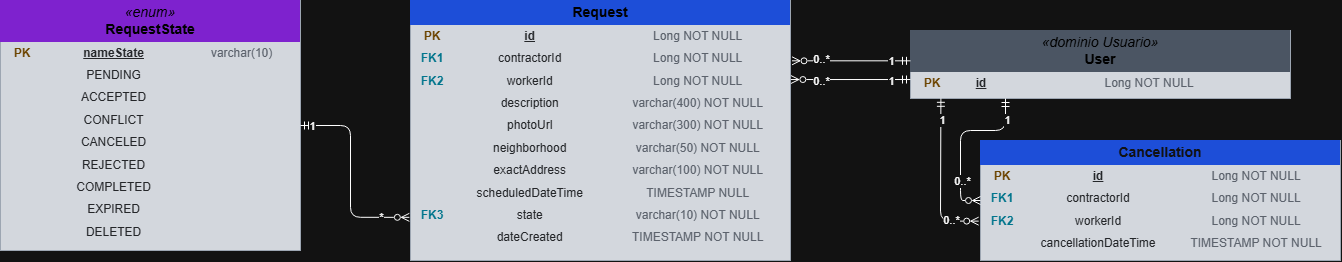
Earlier version of the draw.io export src/main/resources/docs/uml/ER-Service.png (JElaverdem/oficioya-service). Source tidied: cells renumbered, new cells last; positions are measured from the earlier drawing's top-left corner, leaving out a move shared by most shapes.
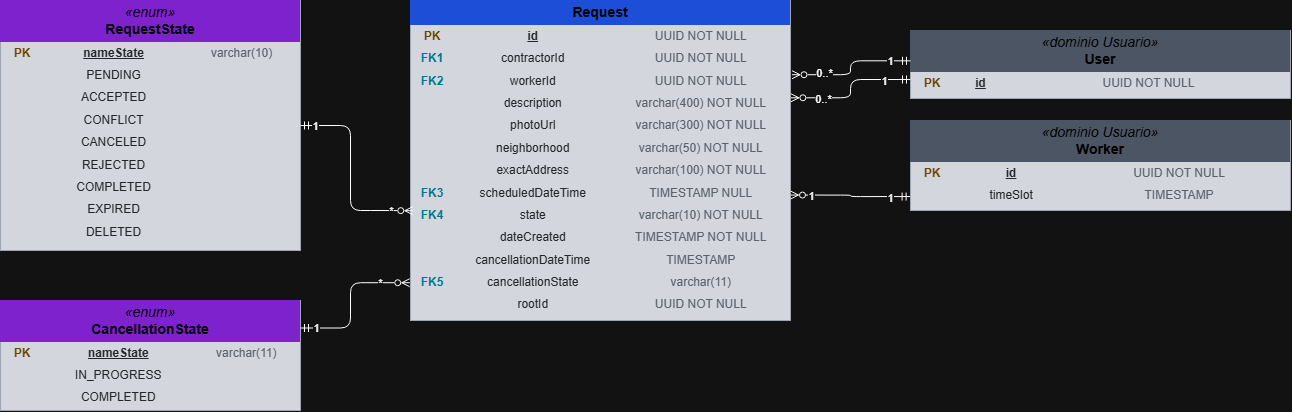
After the commit.

The edit, as a diff of the source:
```diff
@@ -5,29 +5,27 @@
     <mxCell id="2" value="&lt;table width=&quot;100%&quot; cellpadding=&quot;4&quot; cellspacing=&quot;0&quot; style=&quot;color: rgb(229, 231, 235); font-size: 12px;&quot;&gt;&lt;tbody&gt;&lt;tr&gt;&lt;td colspan=&quot;3&quot; align=&quot;center&quot; bgcolor=&quot;#7e22ce&quot;&gt;&lt;font color=&quot;#fff&quot; style=&quot;font-size: 14px;&quot;&gt;&lt;i&gt;«enum»&lt;/i&gt;&lt;br&gt;&lt;b&gt;RequestState&lt;/b&gt;&lt;/font&gt;&lt;/td&gt;&lt;/tr&gt;&lt;tr&gt;&lt;td width=&quot;36&quot;&gt;&lt;font color=&quot;#facc15&quot;&gt;&lt;b&gt;PK&lt;/b&gt;&lt;/font&gt;&lt;/td&gt;&lt;td&gt;&lt;u&gt;&lt;b&gt;nameState&lt;/b&gt;&lt;/u&gt;&lt;/td&gt;&lt;td&gt;&lt;font color=&quot;#9ca3af&quot;&gt;varchar(10)&lt;/font&gt;&lt;/td&gt;&lt;/tr&gt;&lt;tr&gt;&lt;td width=&quot;36&quot;&gt;&lt;font color=&quot;#22d3ee&quot;&gt;&lt;b&gt;&lt;/b&gt;&lt;/font&gt;&lt;/td&gt;&lt;td&gt;PENDING&lt;/td&gt;&lt;td&gt;&lt;font color=&quot;#9ca3af&quot;&gt;&lt;/font&gt;&lt;/td&gt;&lt;/tr&gt;&lt;tr&gt;&lt;td width=&quot;36&quot;&gt;&lt;font color=&quot;#22d3ee&quot;&gt;&lt;b&gt;&lt;/b&gt;&lt;/font&gt;&lt;/td&gt;&lt;td&gt;ACCEPTED&lt;/td&gt;&lt;td&gt;&lt;font color=&quot;#9ca3af&quot;&gt;&lt;/font&gt;&lt;/td&gt;&lt;/tr&gt;&lt;tr&gt;&lt;td width=&quot;36&quot;&gt;&lt;font color=&quot;#22d3ee&quot;&gt;&lt;b&gt;&lt;/b&gt;&lt;/font&gt;&lt;/td&gt;&lt;td&gt;CONFLICT&lt;/td&gt;&lt;td&gt;&lt;font color=&quot;#9ca3af&quot;&gt;&lt;/font&gt;&lt;/td&gt;&lt;/tr&gt;&lt;tr&gt;&lt;td width=&quot;36&quot;&gt;&lt;font color=&quot;#22d3ee&quot;&gt;&lt;b&gt;&lt;/b&gt;&lt;/font&gt;&lt;/td&gt;&lt;td&gt;CANCELED&lt;/td&gt;&lt;td&gt;&lt;font color=&quot;#9ca3af&quot;&gt;&lt;/font&gt;&lt;/td&gt;&lt;/tr&gt;&lt;tr&gt;&lt;td width=&quot;36&quot;&gt;&lt;font color=&quot;#22d3ee&quot;&gt;&lt;b&gt;&lt;/b&gt;&lt;/font&gt;&lt;/td&gt;&lt;td&gt;REJECTED&lt;/td&gt;&lt;td&gt;&lt;font color=&quot;#9ca3af&quot;&gt;&lt;/font&gt;&lt;/td&gt;&lt;/tr&gt;&lt;tr&gt;&lt;td width=&quot;36&quot;&gt;&lt;font color=&quot;#22d3ee&quot;&gt;&lt;b&gt;&lt;/b&gt;&lt;/font&gt;&lt;/td&gt;&lt;td&gt;COMPLETED&lt;/td&gt;&lt;td&gt;&lt;font color=&quot;#9ca3af&quot;&gt;&lt;/font&gt;&lt;/td&gt;&lt;/tr&gt;&lt;tr&gt;&lt;td width=&quot;36&quot;&gt;&lt;font color=&quot;#22d3ee&quot;&gt;&lt;b&gt;&lt;/b&gt;&lt;/font&gt;&lt;/td&gt;&lt;td&gt;EXPIRED&lt;/td&gt;&lt;td&gt;&lt;font color=&quot;#9ca3af&quot;&gt;&lt;/font&gt;&lt;/td&gt;&lt;/tr&gt;&lt;tr&gt;&lt;td&gt;&lt;br&gt;&lt;/td&gt;&lt;td&gt;DELETED&lt;/td&gt;&lt;td&gt;&lt;br&gt;&lt;/td&gt;&lt;/tr&gt;&lt;/tbody&gt;&lt;/table&gt;" style="html=1;whiteSpace=wrap;overflow=fill;verticalAlign=top;fillColor=#161b22;strokeColor=#4b5563;fontColor=#e5e7eb;" parent="1" vertex="1">
       <mxGeometry width="300" height="250" as="geometry" />
     </mxCell>
-    <mxCell id="3" value="&lt;table width=&quot;100%&quot; cellpadding=&quot;4&quot; cellspacing=&quot;0&quot; style=&quot;color: rgb(229, 231, 235); font-size: 12px;&quot;&gt;&lt;tbody&gt;&lt;tr&gt;&lt;td colspan=&quot;3&quot; align=&quot;center&quot; bgcolor=&quot;#1d4ed8&quot;&gt;&lt;font color=&quot;#fff&quot; style=&quot;font-size: 14px;&quot;&gt;&lt;b&gt;Request&lt;/b&gt;&lt;/font&gt;&lt;/td&gt;&lt;/tr&gt;&lt;tr&gt;&lt;td width=&quot;36&quot;&gt;&lt;font color=&quot;#facc15&quot;&gt;&lt;b&gt;PK&lt;/b&gt;&lt;/font&gt;&lt;/td&gt;&lt;td&gt;&lt;u&gt;&lt;b&gt;id&lt;/b&gt;&lt;/u&gt;&lt;/td&gt;&lt;td&gt;&lt;font color=&quot;#9ca3af&quot;&gt;Long NOT NULL&lt;/font&gt;&lt;/td&gt;&lt;/tr&gt;&lt;tr&gt;&lt;td width=&quot;36&quot;&gt;&lt;b style=&quot;color: rgb(34, 211, 238);&quot;&gt;FK1&lt;/b&gt;&lt;font color=&quot;#22d3ee&quot;&gt;&lt;b&gt;&lt;/b&gt;&lt;/font&gt;&lt;/td&gt;&lt;td&gt;contractorId&lt;/td&gt;&lt;td&gt;&lt;font color=&quot;#9ca3af&quot;&gt;Long NOT NULL&lt;/font&gt;&lt;/td&gt;&lt;/tr&gt;&lt;tr&gt;&lt;td width=&quot;36&quot;&gt;&lt;b style=&quot;color: rgb(34, 211, 238);&quot;&gt;FK2&lt;/b&gt;&lt;/td&gt;&lt;td&gt;workerId&lt;/td&gt;&lt;td&gt;&lt;font color=&quot;#9ca3af&quot;&gt;Long NOT NULL&lt;/font&gt;&lt;/td&gt;&lt;/tr&gt;&lt;tr&gt;&lt;td width=&quot;36&quot;&gt;&lt;br&gt;&lt;/td&gt;&lt;td&gt;description&lt;/td&gt;&lt;td&gt;&lt;font color=&quot;#9ca3af&quot;&gt;varchar(400) NOT NULL&lt;/font&gt;&lt;/td&gt;&lt;/tr&gt;&lt;tr&gt;&lt;td width=&quot;36&quot;&gt;&lt;font color=&quot;#22d3ee&quot;&gt;&lt;b&gt;&lt;/b&gt;&lt;/font&gt;&lt;/td&gt;&lt;td&gt;photoUrl&lt;/td&gt;&lt;td&gt;&lt;font color=&quot;#9ca3af&quot;&gt;varchar(300) NOT NULL&lt;/font&gt;&lt;/td&gt;&lt;/tr&gt;&lt;tr&gt;&lt;td width=&quot;36&quot;&gt;&lt;font color=&quot;#22d3ee&quot;&gt;&lt;b&gt;&lt;/b&gt;&lt;/font&gt;&lt;/td&gt;&lt;td&gt;neighborhood&lt;/td&gt;&lt;td&gt;&lt;font color=&quot;#9ca3af&quot;&gt;varchar(50) NOT NULL&lt;/font&gt;&lt;/td&gt;&lt;/tr&gt;&lt;tr&gt;&lt;td width=&quot;36&quot;&gt;&lt;font color=&quot;#22d3ee&quot;&gt;&lt;b&gt;&lt;/b&gt;&lt;/font&gt;&lt;/td&gt;&lt;td&gt;exactAddress&lt;/td&gt;&lt;td&gt;&lt;font color=&quot;#9ca3af&quot;&gt;varchar(100) NOT NULL&lt;/font&gt;&lt;/td&gt;&lt;/tr&gt;&lt;tr&gt;&lt;td width=&quot;36&quot;&gt;&lt;font color=&quot;#22d3ee&quot;&gt;&lt;b&gt;&lt;/b&gt;&lt;/font&gt;&lt;/td&gt;&lt;td&gt;scheduledDateTime&lt;/td&gt;&lt;td&gt;&lt;font color=&quot;#9ca3af&quot;&gt;TIMESTAMP NULL&lt;/font&gt;&lt;/td&gt;&lt;/tr&gt;&lt;tr&gt;&lt;td width=&quot;36&quot;&gt;&lt;font color=&quot;#22d3ee&quot;&gt;&lt;b&gt;FK3&lt;/b&gt;&lt;/font&gt;&lt;/td&gt;&lt;td&gt;state&lt;/td&gt;&lt;td&gt;&lt;font color=&quot;#9ca3af&quot;&gt;varchar(10) NOT NULL&lt;/font&gt;&lt;/td&gt;&lt;/tr&gt;&lt;tr&gt;&lt;td width=&quot;36&quot;&gt;&lt;br&gt;&lt;/td&gt;&lt;td&gt;dateCreated&lt;/td&gt;&lt;td&gt;&lt;font color=&quot;#9ca3af&quot;&gt;TIMESTAMP NOT NULL&lt;/font&gt;&lt;/td&gt;&lt;/tr&gt;&lt;/tbody&gt;&lt;/table&gt;" style="html=1;whiteSpace=wrap;overflow=fill;verticalAlign=top;fillColor=#161b22;strokeColor=#4b5563;fontColor=#e5e7eb;" parent="1" vertex="1">
-      <mxGeometry x="410" width="380" height="260" as="geometry" />
+    <mxCell id="3" value="&lt;table width=&quot;100%&quot; cellpadding=&quot;4&quot; cellspacing=&quot;0&quot; style=&quot;color: rgb(229, 231, 235); font-size: 12px;&quot;&gt;&lt;tbody&gt;&lt;tr&gt;&lt;td colspan=&quot;3&quot; align=&quot;center&quot; bgcolor=&quot;#1d4ed8&quot;&gt;&lt;font color=&quot;#fff&quot; style=&quot;font-size: 14px;&quot;&gt;&lt;b&gt;Request&lt;/b&gt;&lt;/font&gt;&lt;/td&gt;&lt;/tr&gt;&lt;tr&gt;&lt;td width=&quot;36&quot;&gt;&lt;font color=&quot;#facc15&quot;&gt;&lt;b&gt;PK&lt;/b&gt;&lt;/font&gt;&lt;/td&gt;&lt;td&gt;&lt;u&gt;&lt;b&gt;id&lt;/b&gt;&lt;/u&gt;&lt;/td&gt;&lt;td&gt;&lt;font color=&quot;#9ca3af&quot;&gt;UUID NOT NULL&lt;/font&gt;&lt;/td&gt;&lt;/tr&gt;&lt;tr&gt;&lt;td width=&quot;36&quot;&gt;&lt;b style=&quot;color: rgb(34, 211, 238);&quot;&gt;FK1&lt;/b&gt;&lt;font color=&quot;#22d3ee&quot;&gt;&lt;b&gt;&lt;/b&gt;&lt;/font&gt;&lt;/td&gt;&lt;td&gt;contractorId&lt;/td&gt;&lt;td&gt;&lt;font color=&quot;#9ca3af&quot;&gt;UUID NOT NULL&lt;/font&gt;&lt;/td&gt;&lt;/tr&gt;&lt;tr&gt;&lt;td width=&quot;36&quot;&gt;&lt;b style=&quot;color: rgb(34, 211, 238);&quot;&gt;FK2&lt;/b&gt;&lt;/td&gt;&lt;td&gt;workerId&lt;/td&gt;&lt;td&gt;&lt;font color=&quot;#9ca3af&quot;&gt;UUID NOT NULL&lt;/font&gt;&lt;/td&gt;&lt;/tr&gt;&lt;tr&gt;&lt;td width=&quot;36&quot;&gt;&lt;br&gt;&lt;/td&gt;&lt;td&gt;description&lt;/td&gt;&lt;td&gt;&lt;font color=&quot;#9ca3af&quot;&gt;varchar(400) NOT NULL&lt;/font&gt;&lt;/td&gt;&lt;/tr&gt;&lt;tr&gt;&lt;td width=&quot;36&quot;&gt;&lt;font color=&quot;#22d3ee&quot;&gt;&lt;b&gt;&lt;/b&gt;&lt;/font&gt;&lt;/td&gt;&lt;td&gt;photoUrl&lt;/td&gt;&lt;td&gt;&lt;font color=&quot;#9ca3af&quot;&gt;varchar(300) NOT NULL&lt;/font&gt;&lt;/td&gt;&lt;/tr&gt;&lt;tr&gt;&lt;td width=&quot;36&quot;&gt;&lt;font color=&quot;#22d3ee&quot;&gt;&lt;b&gt;&lt;/b&gt;&lt;/font&gt;&lt;/td&gt;&lt;td&gt;neighborhood&lt;/td&gt;&lt;td&gt;&lt;font color=&quot;#9ca3af&quot;&gt;varchar(50) NOT NULL&lt;/font&gt;&lt;/td&gt;&lt;/tr&gt;&lt;tr&gt;&lt;td width=&quot;36&quot;&gt;&lt;font color=&quot;#22d3ee&quot;&gt;&lt;b&gt;&lt;/b&gt;&lt;/font&gt;&lt;/td&gt;&lt;td&gt;exactAddress&lt;/td&gt;&lt;td&gt;&lt;font color=&quot;#9ca3af&quot;&gt;varchar(100) NOT NULL&lt;/font&gt;&lt;/td&gt;&lt;/tr&gt;&lt;tr&gt;&lt;td width=&quot;36&quot;&gt;&lt;b style=&quot;color: rgb(34, 211, 238);&quot;&gt;FK3&lt;/b&gt;&lt;/td&gt;&lt;td&gt;scheduledDateTime&lt;/td&gt;&lt;td&gt;&lt;font color=&quot;#9ca3af&quot;&gt;TIMESTAMP NULL&lt;/font&gt;&lt;/td&gt;&lt;/tr&gt;&lt;tr&gt;&lt;td width=&quot;36&quot;&gt;&lt;font color=&quot;#22d3ee&quot;&gt;&lt;b&gt;FK4&lt;/b&gt;&lt;/font&gt;&lt;/td&gt;&lt;td&gt;state&lt;/td&gt;&lt;td&gt;&lt;font color=&quot;#9ca3af&quot;&gt;varchar(10) NOT NULL&lt;/font&gt;&lt;/td&gt;&lt;/tr&gt;&lt;tr&gt;&lt;td width=&quot;36&quot;&gt;&lt;br&gt;&lt;/td&gt;&lt;td&gt;dateCreated&lt;/td&gt;&lt;td&gt;&lt;font color=&quot;#9ca3af&quot;&gt;TIMESTAMP NOT NULL&lt;/font&gt;&lt;/td&gt;&lt;/tr&gt;&lt;tr&gt;&lt;td&gt;&lt;br&gt;&lt;/td&gt;&lt;td&gt;cancellationDateTime&lt;/td&gt;&lt;td&gt;&lt;span style=&quot;color: rgb(156, 163, 175);&quot;&gt;TIMESTAMP&lt;/span&gt;&lt;/td&gt;&lt;/tr&gt;&lt;tr&gt;&lt;td&gt;&lt;b style=&quot;color: rgb(34, 211, 238);&quot;&gt;FK5&lt;/b&gt;&lt;/td&gt;&lt;td&gt;cancellationState&lt;/td&gt;&lt;td&gt;&lt;span style=&quot;color: rgb(156, 163, 175);&quot;&gt;varchar(11)&lt;/span&gt;&lt;/td&gt;&lt;/tr&gt;&lt;tr&gt;&lt;td&gt;&lt;br&gt;&lt;/td&gt;&lt;td&gt;rootId&lt;/td&gt;&lt;td&gt;&lt;span style=&quot;color: rgb(156, 163, 175);&quot;&gt;UUID NOT NULL&lt;/span&gt;&lt;/td&gt;&lt;/tr&gt;&lt;/tbody&gt;&lt;/table&gt;" style="html=1;whiteSpace=wrap;overflow=fill;verticalAlign=top;fillColor=#161b22;strokeColor=#4b5563;fontColor=#e5e7eb;" parent="1" vertex="1">
+      <mxGeometry x="410" width="380" height="320" as="geometry" />
     </mxCell>
-    <mxCell id="4" value="&lt;table width=&quot;100%&quot; cellpadding=&quot;4&quot; cellspacing=&quot;0&quot; style=&quot;color: rgb(229, 231, 235); font-size: 12px;&quot;&gt;&lt;tbody&gt;&lt;tr&gt;&lt;td colspan=&quot;3&quot; align=&quot;center&quot; bgcolor=&quot;#4b5563&quot;&gt;&lt;font color=&quot;#fff&quot; style=&quot;font-size: 14px;&quot;&gt;&lt;i&gt;«dominio Usuario»&lt;/i&gt;&lt;br&gt;&lt;b&gt;User&lt;/b&gt;&lt;/font&gt;&lt;/td&gt;&lt;/tr&gt;&lt;tr&gt;&lt;td width=&quot;36&quot;&gt;&lt;font color=&quot;#facc15&quot;&gt;&lt;b&gt;PK&lt;/b&gt;&lt;/font&gt;&lt;/td&gt;&lt;td&gt;&lt;u&gt;&lt;b&gt;id&lt;/b&gt;&lt;/u&gt;&lt;/td&gt;&lt;td&gt;&lt;font color=&quot;#9ca3af&quot;&gt;Long NOT NULL&lt;/font&gt;&lt;/td&gt;&lt;/tr&gt;&lt;/tbody&gt;&lt;/table&gt;" style="html=1;whiteSpace=wrap;overflow=fill;verticalAlign=top;fillColor=#161b22;strokeColor=#4b5563;fontColor=#e5e7eb;" parent="1" vertex="1">
+    <mxCell id="4" value="&lt;table width=&quot;100%&quot; cellpadding=&quot;4&quot; cellspacing=&quot;0&quot; style=&quot;color: rgb(229, 231, 235); font-size: 12px;&quot;&gt;&lt;tbody&gt;&lt;tr&gt;&lt;td colspan=&quot;3&quot; align=&quot;center&quot; bgcolor=&quot;#4b5563&quot;&gt;&lt;font color=&quot;#fff&quot; style=&quot;font-size: 14px;&quot;&gt;&lt;i&gt;«dominio Usuario»&lt;/i&gt;&lt;br&gt;&lt;b&gt;User&lt;/b&gt;&lt;/font&gt;&lt;/td&gt;&lt;/tr&gt;&lt;tr&gt;&lt;td width=&quot;36&quot;&gt;&lt;font color=&quot;#facc15&quot;&gt;&lt;b&gt;PK&lt;/b&gt;&lt;/font&gt;&lt;/td&gt;&lt;td&gt;&lt;u&gt;&lt;b&gt;id&lt;/b&gt;&lt;/u&gt;&lt;/td&gt;&lt;td&gt;&lt;font color=&quot;#9ca3af&quot;&gt;UUID NOT NULL&lt;/font&gt;&lt;/td&gt;&lt;/tr&gt;&lt;/tbody&gt;&lt;/table&gt;" style="html=1;whiteSpace=wrap;overflow=fill;verticalAlign=top;fillColor=#161b22;strokeColor=#4b5563;fontColor=#e5e7eb;" parent="1" vertex="1">
       <mxGeometry x="910" y="30" width="380" height="68" as="geometry" />
     </mxCell>
-    <mxCell id="5" value="&lt;table width=&quot;100%&quot; cellpadding=&quot;4&quot; cellspacing=&quot;0&quot; style=&quot;color: rgb(229, 231, 235); font-size: 12px;&quot;&gt;&lt;tbody&gt;&lt;tr&gt;&lt;td colspan=&quot;3&quot; align=&quot;center&quot; bgcolor=&quot;#1d4ed8&quot;&gt;&lt;font color=&quot;#ffffff&quot;&gt;&lt;span style=&quot;font-size: 14px;&quot;&gt;&lt;b&gt;Cancellation&lt;/b&gt;&lt;/span&gt;&lt;/font&gt;&lt;/td&gt;&lt;/tr&gt;&lt;tr&gt;&lt;td width=&quot;36&quot;&gt;&lt;font color=&quot;#facc15&quot;&gt;&lt;b&gt;PK&lt;/b&gt;&lt;/font&gt;&lt;/td&gt;&lt;td&gt;&lt;u&gt;&lt;b&gt;id&lt;/b&gt;&lt;/u&gt;&lt;/td&gt;&lt;td&gt;&lt;font color=&quot;#9ca3af&quot;&gt;Long NOT NULL&lt;/font&gt;&lt;/td&gt;&lt;/tr&gt;&lt;tr&gt;&lt;td width=&quot;36&quot;&gt;&lt;font color=&quot;#22d3ee&quot;&gt;&lt;b&gt;FK1&lt;/b&gt;&lt;/font&gt;&lt;/td&gt;&lt;td&gt;contractorId&lt;/td&gt;&lt;td&gt;&lt;font color=&quot;#9ca3af&quot;&gt;Long NOT NULL&lt;/font&gt;&lt;/td&gt;&lt;/tr&gt;&lt;tr&gt;&lt;td width=&quot;36&quot;&gt;&lt;font color=&quot;#22d3ee&quot;&gt;&lt;b&gt;FK2&lt;/b&gt;&lt;/font&gt;&lt;/td&gt;&lt;td&gt;workerId&lt;/td&gt;&lt;td&gt;&lt;font color=&quot;#9ca3af&quot;&gt;Long NOT NULL&lt;/font&gt;&lt;/td&gt;&lt;/tr&gt;&lt;tr&gt;&lt;td width=&quot;36&quot;&gt;&lt;font color=&quot;#22d3ee&quot;&gt;&lt;b&gt;&lt;/b&gt;&lt;/font&gt;&lt;/td&gt;&lt;td&gt;cancellationDateTime&lt;/td&gt;&lt;td&gt;&lt;font color=&quot;#9ca3af&quot;&gt;TIMESTAMP NOT NULL&lt;/font&gt;&lt;/td&gt;&lt;/tr&gt;&lt;/tbody&gt;&lt;/table&gt;" style="html=1;whiteSpace=wrap;overflow=fill;verticalAlign=top;fillColor=#161b22;strokeColor=#4b5563;fontColor=#e5e7eb;" parent="1" vertex="1">
-      <mxGeometry x="980" y="140" width="360" height="120" as="geometry" />
-    </mxCell>
-    <mxCell id="6" style="edgeStyle=orthogonalEdgeStyle;html=1;startArrow=ERmandOne;endArrow=ERzeroToMany;startFill=0;endFill=0;strokeColor=default;fontColor=default;labelBackgroundColor=#0f1117;entryX=-0.003;entryY=0.834;entryDx=0;entryDy=0;entryPerimeter=0;exitX=1;exitY=0.5;exitDx=0;exitDy=0;" parent="1" edge="1" source="2" target="3">
-      <mxGeometry x="0.12" relative="1" as="geometry">
+    <mxCell id="6" style="edgeStyle=orthogonalEdgeStyle;html=1;startArrow=ERmandOne;endArrow=ERzeroToMany;startFill=0;endFill=0;strokeColor=default;fontColor=default;labelBackgroundColor=#0f1117;entryX=0.006;entryY=0.657;entryDx=0;entryDy=0;entryPerimeter=0;exitX=1;exitY=0.5;exitDx=0;exitDy=0;" parent="1" edge="1" source="2" target="3">
+      <mxGeometry x="0.42" relative="1" as="geometry">
         <Array as="points">
           <mxPoint x="350" y="125" />
-          <mxPoint x="350" y="216.8" />
+          <mxPoint x="350" y="210" />
+          <mxPoint x="380" y="210" />
         </Array>
       </mxGeometry>
     </mxCell>
     <mxCell id="7" value="1" style="edgeLabel;html=1;align=center;verticalAlign=middle;" parent="6" vertex="1">
-      <mxGeometry x="-0.89" relative="1" as="geometry" />
+      <mxGeometry x="-0.86" relative="1" as="geometry" />
     </mxCell>
     <mxCell id="8" value="*" style="edgeLabel;html=1;align=center;verticalAlign=middle;" parent="6" vertex="1">
-      <mxGeometry x="0.81" relative="1" as="geometry">
-        <mxPoint x="-10" as="offset" />
+      <mxGeometry x="0.46" relative="1" as="geometry">
+        <mxPoint x="31" as="offset" />
       </mxGeometry>
     </mxCell>
     <mxCell id="9" style="edgeStyle=orthogonalEdgeStyle;html=1;startArrow=ERmandOne;endArrow=ERzeroToMany;startFill=0;endFill=0;strokeColor=default;fontColor=#e5e7eb;labelBackgroundColor=#0f1117;entryX=1.004;entryY=0.232;entryDx=0;entryDy=0;entryPerimeter=0;exitX=0;exitY=0.446;exitDx=0;exitDy=0;exitPerimeter=0;" parent="1" edge="1" source="4" target="3">
@@ -56,42 +54,40 @@
         <mxPoint x="20" as="offset" />
       </mxGeometry>
     </mxCell>
-    <mxCell id="15" style="edgeStyle=orthogonalEdgeStyle;html=1;startArrow=ERmandOne;endArrow=ERzeroToMany;startFill=0;endFill=0;strokeColor=default;fontColor=#e5e7eb;labelBackgroundColor=#0f1117;exitX=0.25;exitY=1;exitDx=0;exitDy=0;entryX=0;entryY=0.5;entryDx=0;entryDy=0;" parent="1" edge="1" source="4" target="5">
-      <mxGeometry x="0.02" relative="1" as="geometry">
-        <Array as="points">
-          <mxPoint x="1005" y="130" />
-          <mxPoint x="960" y="130" />
-          <mxPoint x="960" y="200" />
-        </Array>
-      </mxGeometry>
-    </mxCell>
-    <mxCell id="16" value="0..*" style="edgeLabel;html=1;align=center;verticalAlign=middle;" parent="15" vertex="1">
-      <mxGeometry x="0.13" y="1" relative="1" as="geometry">
-        <mxPoint y="32" as="offset" />
-      </mxGeometry>
-    </mxCell>
-    <mxCell id="17" value="1" style="edgeLabel;html=1;align=center;verticalAlign=middle;" parent="15" vertex="1">
-      <mxGeometry x="-0.7" y="1" relative="1" as="geometry">
-        <mxPoint y="-4" as="offset" />
-      </mxGeometry>
-    </mxCell>
-    <mxCell id="18" style="edgeStyle=orthogonalEdgeStyle;html=1;startArrow=ERmandOne;endArrow=ERzeroToMany;startFill=0;endFill=0;strokeColor=default;fontColor=#e5e7eb;labelBackgroundColor=#0f1117;entryX=-0.005;entryY=0.672;entryDx=0;entryDy=0;entryPerimeter=0;exitX=0.08;exitY=0.997;exitDx=0;exitDy=0;exitPerimeter=0;" parent="1" edge="1" source="4" target="5">
-      <mxGeometry x="-0.7" relative="1" as="geometry">
-        <Array as="points">
-          <mxPoint x="940.4" y="99.4" />
-          <mxPoint x="940" y="220.6" />
-        </Array>
-      </mxGeometry>
-    </mxCell>
-    <mxCell id="19" value="0..*" style="edgeLabel;html=1;align=center;verticalAlign=middle;" parent="18" vertex="1">
-      <mxGeometry x="0.55" y="1" relative="1" as="geometry">
-        <mxPoint x="9" as="offset" />
-      </mxGeometry>
-    </mxCell>
-    <mxCell id="20" value="1" style="edgeLabel;html=1;align=center;verticalAlign=middle;" parent="18" vertex="1">
-      <mxGeometry x="-0.7" y="1" relative="1" as="geometry">
-        <mxPoint y="-2" as="offset" />
-      </mxGeometry>
-    </mxCell>
+    <mxCell id="21" value="&lt;table width=&quot;100%&quot; cellpadding=&quot;4&quot; cellspacing=&quot;0&quot; style=&quot;color: rgb(229, 231, 235); font-size: 12px;&quot;&gt;&lt;tbody&gt;&lt;tr&gt;&lt;td colspan=&quot;3&quot; align=&quot;center&quot; bgcolor=&quot;#4b5563&quot;&gt;&lt;font color=&quot;#fff&quot; style=&quot;font-size: 14px;&quot;&gt;&lt;i&gt;«dominio Usuario»&lt;/i&gt;&lt;br&gt;&lt;b&gt;Worker&lt;/b&gt;&lt;/font&gt;&lt;/td&gt;&lt;/tr&gt;&lt;tr&gt;&lt;td width=&quot;36&quot;&gt;&lt;font color=&quot;#facc15&quot;&gt;&lt;b&gt;PK&lt;/b&gt;&lt;/font&gt;&lt;/td&gt;&lt;td&gt;&lt;u&gt;&lt;b&gt;id&lt;/b&gt;&lt;/u&gt;&lt;/td&gt;&lt;td&gt;&lt;font color=&quot;#9ca3af&quot;&gt;UUID NOT NULL&lt;/font&gt;&lt;/td&gt;&lt;/tr&gt;&lt;tr&gt;&lt;td&gt;&lt;br&gt;&lt;/td&gt;&lt;td&gt;timeSlot&lt;/td&gt;&lt;td&gt;&lt;span style=&quot;color: rgb(156, 163, 175);&quot;&gt;TIMESTAMP&lt;/span&gt;&lt;/td&gt;&lt;/tr&gt;&lt;/tbody&gt;&lt;/table&gt;" style="html=1;whiteSpace=wrap;overflow=fill;verticalAlign=top;fillColor=#161b22;strokeColor=#4b5563;fontColor=#e5e7eb;" parent="1" vertex="1">
+      <mxGeometry x="910" y="120" width="380" height="90" as="geometry" />
+    </mxCell>
+    <mxCell id="22" style="edgeStyle=orthogonalEdgeStyle;html=1;startArrow=ERmandOne;endArrow=ERzeroToMany;startFill=0;endFill=0;strokeColor=default;fontColor=#e5e7eb;labelBackgroundColor=#0f1117;entryX=1;entryY=0.608;entryDx=0;entryDy=0;entryPerimeter=0;exitX=-0.001;exitY=0.845;exitDx=0;exitDy=0;exitPerimeter=0;" parent="1" edge="1" source="21" target="3">
+      <mxGeometry x="-0.41" relative="1" as="geometry" />
+    </mxCell>
+    <mxCell id="23" value="1" style="edgeLabel;html=1;align=center;verticalAlign=middle;" parent="22" vertex="1">
+      <mxGeometry x="0.56" y="1" relative="1" as="geometry">
+        <mxPoint x="-6" as="offset" />
+      </mxGeometry>
+    </mxCell>
+    <mxCell id="24" value="1" style="edgeLabel;html=1;align=center;verticalAlign=middle;" parent="22" vertex="1">
+      <mxGeometry x="-0.57" y="1" relative="1" as="geometry">
+        <mxPoint x="6" as="offset" />
+      </mxGeometry>
+    </mxCell>
+    <mxCell id="25" value="&lt;table width=&quot;100%&quot; cellpadding=&quot;4&quot; cellspacing=&quot;0&quot; style=&quot;color: rgb(229, 231, 235); font-size: 12px;&quot;&gt;&lt;tbody&gt;&lt;tr&gt;&lt;td colspan=&quot;3&quot; align=&quot;center&quot; bgcolor=&quot;#7e22ce&quot;&gt;&lt;font color=&quot;#fff&quot; style=&quot;font-size: 14px;&quot;&gt;&lt;i&gt;«enum»&lt;/i&gt;&lt;br&gt;&lt;b&gt;CancellationState&lt;/b&gt;&lt;/font&gt;&lt;/td&gt;&lt;/tr&gt;&lt;tr&gt;&lt;td width=&quot;36&quot;&gt;&lt;font color=&quot;#facc15&quot;&gt;&lt;b&gt;PK&lt;/b&gt;&lt;/font&gt;&lt;/td&gt;&lt;td&gt;&lt;u&gt;&lt;b&gt;nameState&lt;/b&gt;&lt;/u&gt;&lt;/td&gt;&lt;td&gt;&lt;font color=&quot;#9ca3af&quot;&gt;varchar(11)&lt;/font&gt;&lt;/td&gt;&lt;/tr&gt;&lt;tr&gt;&lt;td width=&quot;36&quot;&gt;&lt;font color=&quot;#22d3ee&quot;&gt;&lt;b&gt;&lt;/b&gt;&lt;/font&gt;&lt;/td&gt;&lt;td&gt;IN_PROGRESS&lt;/td&gt;&lt;td&gt;&lt;font color=&quot;#9ca3af&quot;&gt;&lt;/font&gt;&lt;/td&gt;&lt;/tr&gt;&lt;tr&gt;&lt;td width=&quot;36&quot;&gt;&lt;font color=&quot;#22d3ee&quot;&gt;&lt;b&gt;&lt;/b&gt;&lt;/font&gt;&lt;/td&gt;&lt;td&gt;COMPLETED&lt;/td&gt;&lt;td&gt;&lt;font color=&quot;#9ca3af&quot;&gt;&lt;/font&gt;&lt;/td&gt;&lt;/tr&gt;&lt;/tbody&gt;&lt;/table&gt;" style="html=1;whiteSpace=wrap;overflow=fill;verticalAlign=top;fillColor=#161b22;strokeColor=#4b5563;fontColor=#e5e7eb;" parent="1" vertex="1">
+      <mxGeometry y="300" width="300" height="110" as="geometry" />
+    </mxCell>
+    <mxCell id="26" style="edgeStyle=orthogonalEdgeStyle;html=1;startArrow=ERmandOne;endArrow=ERzeroToMany;startFill=0;endFill=0;strokeColor=default;fontColor=default;labelBackgroundColor=#0f1117;entryX=-0.002;entryY=0.882;entryDx=0;entryDy=0;entryPerimeter=0;exitX=1;exitY=0.25;exitDx=0;exitDy=0;" parent="1" edge="1" source="25" target="3">
+      <mxGeometry x="0.48" relative="1" as="geometry">
+        <Array as="points">
+          <mxPoint x="350" y="327.5" />
+          <mxPoint x="350" y="282.2" />
+        </Array>
+      </mxGeometry>
+    </mxCell>
+    <mxCell id="27" value="1" style="edgeLabel;html=1;align=center;verticalAlign=middle;" parent="26" vertex="1">
+      <mxGeometry x="-0.79" relative="1" as="geometry" />
+    </mxCell>
+    <mxCell id="28" value="*" style="edgeLabel;html=1;align=center;verticalAlign=middle;" parent="26" vertex="1">
+      <mxGeometry x="0.52" relative="1" as="geometry">
+        <mxPoint x="8" as="offset" />
+      </mxGeometry>
+    </mxCell>
   </root>
 </mxGraphModel>
```
